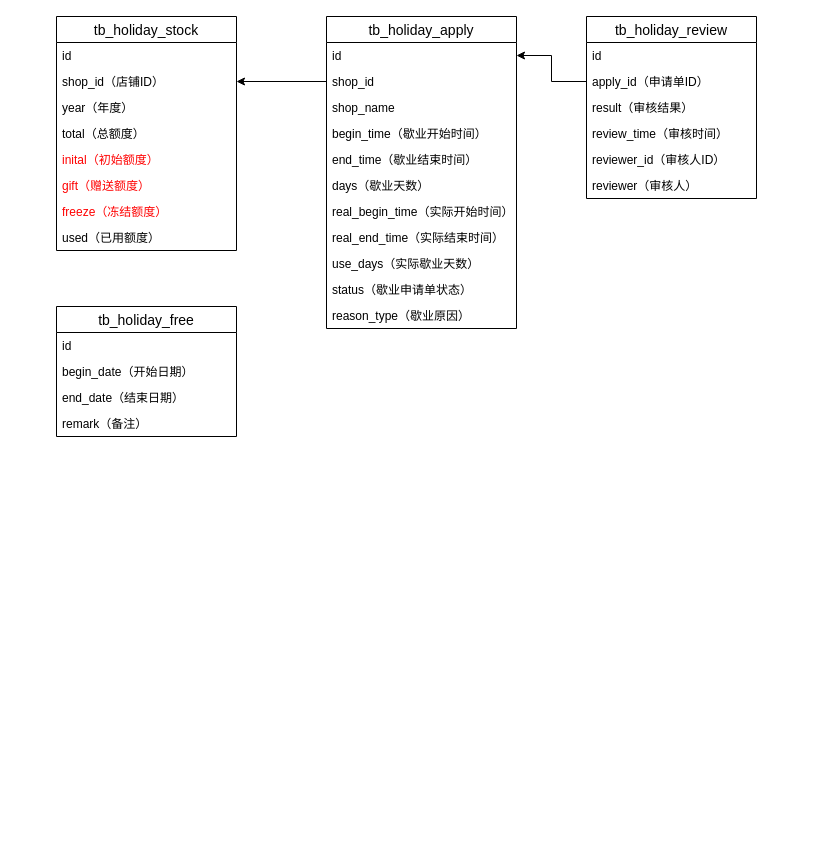
jon-kong/draw.io keeps this draw.io diagram as page "ER图" (3 of 3) of 假期歇业.drawio. Above is the earlier version. Source tidied: cells renumbered, new cells numbered last; positions are measured from the earlier drawing's top-left corner, leaving out a move shared by most shapes. Both pictures are drawn from the tidied source at 100%, with x=0, y=0 at pixel (56, 16).
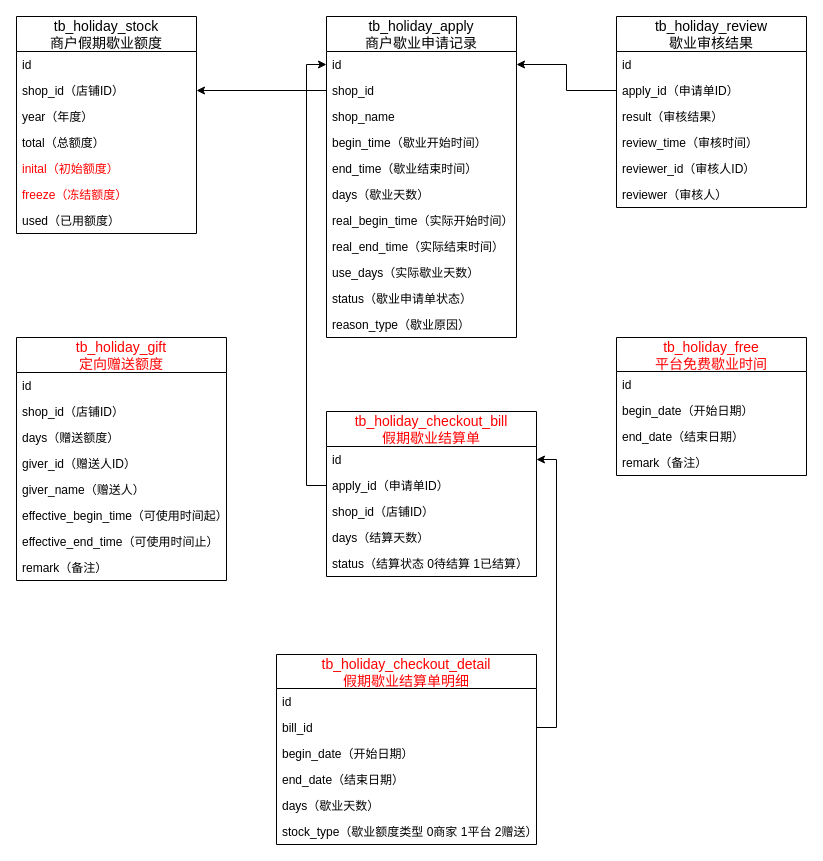
The same page after the edit.

The edit, as a diff of the source:
```diff
@@
+    <mxCell id="20" value="tb_holiday_apply&#10;商户歇业申请记录" style="swimlane;fontStyle=0;horizontal=1;startSize=35;align=center;fontSize=14;" parent="1" vertex="1">
+      <mxGeometry x="270" width="190" height="321" as="geometry" />
+    </mxCell>
+    <mxCell id="21" value="id" style="text;strokeColor=none;fillColor=none;spacingLeft=4;spacingRight=4;overflow=hidden;points=[[0,0.5],[1,0.5]];portConstraint=eastwest;fontSize=12;" parent="20" vertex="1">
+      <mxGeometry y="35" width="190" height="26" as="geometry" />
+    </mxCell>
+    <mxCell id="22" value="shop_id" style="text;strokeColor=none;fillColor=none;spacingLeft=4;spacingRight=4;overflow=hidden;points=[[0,0.5],[1,0.5]];portConstraint=eastwest;fontSize=12;" parent="20" vertex="1">
+      <mxGeometry y="61" width="190" height="26" as="geometry" />
+    </mxCell>
+    <mxCell id="23" value="shop_name" style="text;strokeColor=none;fillColor=none;spacingLeft=4;spacingRight=4;overflow=hidden;fontSize=12;" parent="20" vertex="1">
+      <mxGeometry y="87" width="190" height="26" as="geometry" />
+    </mxCell>
+    <mxCell id="24" value="begin_time（歇业开始时间）" style="text;strokeColor=none;fillColor=none;spacingLeft=4;spacingRight=4;overflow=hidden;fontSize=12;" parent="20" vertex="1">
+      <mxGeometry y="113" width="190" height="26" as="geometry" />
+    </mxCell>
+    <mxCell id="25" value="end_time（歇业结束时间）" style="text;strokeColor=none;fillColor=none;spacingLeft=4;spacingRight=4;overflow=hidden;fontSize=12;" parent="20" vertex="1">
+      <mxGeometry y="139" width="190" height="26" as="geometry" />
+    </mxCell>
+    <mxCell id="26" value="days（歇业天数）" style="text;strokeColor=none;fillColor=none;spacingLeft=4;spacingRight=4;overflow=hidden;fontSize=12;" parent="20" vertex="1">
+      <mxGeometry y="165" width="190" height="26" as="geometry" />
+    </mxCell>
+    <mxCell id="27" value="real_begin_time（实际开始时间）" style="text;strokeColor=none;fillColor=none;spacingLeft=4;spacingRight=4;overflow=hidden;fontSize=12;" parent="20" vertex="1">
+      <mxGeometry y="191" width="190" height="26" as="geometry" />
+    </mxCell>
+    <mxCell id="28" value="real_end_time（实际结束时间）" style="text;strokeColor=none;fillColor=none;spacingLeft=4;spacingRight=4;overflow=hidden;fontSize=12;" parent="20" vertex="1">
+      <mxGeometry y="217" width="190" height="26" as="geometry" />
+    </mxCell>
+    <mxCell id="29" value="use_days（实际歇业天数）" style="text;strokeColor=none;fillColor=none;spacingLeft=4;spacingRight=4;overflow=hidden;fontSize=12;" parent="20" vertex="1">
+      <mxGeometry y="243" width="190" height="26" as="geometry" />
+    </mxCell>
+    <mxCell id="30" value="status（歇业申请单状态）" style="text;strokeColor=none;fillColor=none;spacingLeft=4;spacingRight=4;overflow=hidden;fontSize=12;" parent="20" vertex="1">
+      <mxGeometry y="269" width="190" height="26" as="geometry" />
+    </mxCell>
+    <mxCell id="31" value="reason_type（歇业原因）" style="text;strokeColor=none;fillColor=none;spacingLeft=4;spacingRight=4;overflow=hidden;fontSize=12;" parent="20" vertex="1">
+      <mxGeometry y="295" width="190" height="26" as="geometry" />
+    </mxCell>
+    <mxCell id="37" value="tb_holiday_checkout_bill&#10;假期歇业结算单" style="swimlane;fontStyle=0;horizontal=1;startSize=35;align=center;fontSize=14;fontColor=#FF0000;" parent="1" vertex="1">
+      <mxGeometry x="270" y="395" width="210" height="165" as="geometry" />
+    </mxCell>
+    <mxCell id="38" value="id" style="text;strokeColor=none;fillColor=none;spacingLeft=4;spacingRight=4;overflow=hidden;points=[[0,0.5],[1,0.5]];portConstraint=eastwest;fontSize=12;" parent="37" vertex="1">
+      <mxGeometry y="35" width="210" height="26" as="geometry" />
+    </mxCell>
+    <mxCell id="39" value="apply_id（申请单ID）" style="text;strokeColor=none;fillColor=none;spacingLeft=4;spacingRight=4;overflow=hidden;points=[[0,0.5],[1,0.5]];portConstraint=eastwest;fontSize=12;" parent="37" vertex="1">
+      <mxGeometry y="61" width="210" height="26" as="geometry" />
+    </mxCell>
+    <mxCell id="40" value="shop_id（店铺ID）" style="text;strokeColor=none;fillColor=none;spacingLeft=4;spacingRight=4;overflow=hidden;fontSize=12;" parent="37" vertex="1">
+      <mxGeometry y="87" width="210" height="26" as="geometry" />
+    </mxCell>
+    <mxCell id="41" value="days（结算天数）" style="text;strokeColor=none;fillColor=none;spacingLeft=4;spacingRight=4;overflow=hidden;fontSize=12;" parent="37" vertex="1">
+      <mxGeometry y="113" width="210" height="26" as="geometry" />
+    </mxCell>
+    <mxCell id="42" value="status（结算状态 0待结算 1已结算）" style="text;strokeColor=none;fillColor=none;spacingLeft=4;spacingRight=4;overflow=hidden;fontSize=12;" parent="37" vertex="1">
+      <mxGeometry y="139" width="210" height="26" as="geometry" />
+    </mxCell>
+    <mxCell id="43" style="edgeStyle=orthogonalEdgeStyle;rounded=0;jettySize=auto;html=1;exitX=0;exitY=0.5;exitDx=0;exitDy=0;entryX=0;entryY=0.5;entryDx=0;entryDy=0;fontColor=#FF0000;" parent="1" edge="1" source="39" target="21">
+      <mxGeometry relative="1" as="geometry" />
+    </mxCell>
+    <mxCell id="44" style="edgeStyle=orthogonalEdgeStyle;rounded=0;jettySize=auto;html=1;exitX=1;exitY=0.5;exitDx=0;exitDy=0;entryX=1;entryY=0.5;entryDx=0;entryDy=0;fontColor=#FF0000;" parent="1" edge="1" source="47" target="38">
+      <mxGeometry relative="1" as="geometry" />
+    </mxCell>
-    <mxCell id="4" value="tb_holiday_review" style="swimlane;fontStyle=0;horizontal=1;startSize=26;align=center;fontSize=14;" parent="1" vertex="1">
-      <mxGeometry x="530" width="170" height="182" as="geometry" />
+    <mxCell id="4" value="tb_holiday_review&#10;歇业审核结果" style="swimlane;fontStyle=0;horizontal=1;startSize=35;align=center;fontSize=14;" parent="1" vertex="1">
+      <mxGeometry x="560" width="190" height="191" as="geometry" />
     </mxCell>
     <mxCell id="5" value="id" style="text;strokeColor=none;fillColor=none;spacingLeft=4;spacingRight=4;overflow=hidden;fontSize=12;" parent="4" vertex="1">
-      <mxGeometry y="26" width="170" height="26" as="geometry" />
+      <mxGeometry y="35" width="190" height="26" as="geometry" />
     </mxCell>
     <mxCell id="6" value="apply_id（申请单ID）" style="text;strokeColor=none;fillColor=none;spacingLeft=4;spacingRight=4;overflow=hidden;points=[[0,0.5],[1,0.5]];portConstraint=eastwest;fontSize=12;" parent="4" vertex="1">
-      <mxGeometry y="52" width="170" height="26" as="geometry" />
+      <mxGeometry y="61" width="190" height="26" as="geometry" />
     </mxCell>
     <mxCell id="7" value="result（审核结果）" style="text;strokeColor=none;fillColor=none;spacingLeft=4;spacingRight=4;overflow=hidden;fontSize=12;" parent="4" vertex="1">
-      <mxGeometry y="78" width="170" height="26" as="geometry" />
+      <mxGeometry y="87" width="190" height="26" as="geometry" />
     </mxCell>
     <mxCell id="8" value="review_time（审核时间）" style="text;strokeColor=none;fillColor=none;spacingLeft=4;spacingRight=4;overflow=hidden;fontSize=12;" parent="4" vertex="1">
-      <mxGeometry y="104" width="170" height="26" as="geometry" />
+      <mxGeometry y="113" width="190" height="26" as="geometry" />
     </mxCell>
     <mxCell id="9" value="reviewer_id（审核人ID）" style="text;strokeColor=none;fillColor=none;spacingLeft=4;spacingRight=4;overflow=hidden;fontSize=12;" parent="4" vertex="1">
-      <mxGeometry y="130" width="170" height="26" as="geometry" />
+      <mxGeometry y="139" width="190" height="26" as="geometry" />
     </mxCell>
     <mxCell id="10" value="reviewer（审核人）" style="text;strokeColor=none;fillColor=none;spacingLeft=4;spacingRight=4;overflow=hidden;fontSize=12;" parent="4" vertex="1">
-      <mxGeometry y="156" width="170" height="26" as="geometry" />
+      <mxGeometry y="165" width="190" height="26" as="geometry" />
     </mxCell>
-    <mxCell id="11" value="tb_holiday_stock" style="swimlane;fontStyle=0;horizontal=1;startSize=26;align=center;fontSize=14;" parent="1" vertex="1">
-      <mxGeometry width="180" height="234" as="geometry" />
+    <mxCell id="11" value="tb_holiday_stock&#10;商户假期歇业额度" style="swimlane;fontStyle=0;horizontal=1;startSize=35;align=center;fontSize=14;" parent="1" vertex="1">
+      <mxGeometry x="-40" width="180" height="217" as="geometry" />
     </mxCell>
     <mxCell id="12" value="id" style="text;strokeColor=none;fillColor=none;spacingLeft=4;spacingRight=4;overflow=hidden;fontSize=12;" parent="11" vertex="1">
-      <mxGeometry y="26" width="180" height="26" as="geometry" />
+      <mxGeometry y="35" width="180" height="26" as="geometry" />
     </mxCell>
     <mxCell id="13" value="shop_id（店铺ID）" style="text;strokeColor=none;fillColor=none;spacingLeft=4;spacingRight=4;overflow=hidden;points=[[0,0.5],[1,0.5]];portConstraint=eastwest;fontSize=12;" parent="11" vertex="1">
-      <mxGeometry y="52" width="180" height="26" as="geometry" />
+      <mxGeometry y="61" width="180" height="26" as="geometry" />
     </mxCell>
     <mxCell id="14" value="year（年度）" style="text;strokeColor=none;fillColor=none;spacingLeft=4;spacingRight=4;overflow=hidden;fontSize=12;" parent="11" vertex="1">
-      <mxGeometry y="78" width="180" height="26" as="geometry" />
+      <mxGeometry y="87" width="180" height="26" as="geometry" />
     </mxCell>
     <mxCell id="15" value="total（总额度）" style="text;strokeColor=none;fillColor=none;spacingLeft=4;spacingRight=4;overflow=hidden;fontSize=12;" parent="11" vertex="1">
-      <mxGeometry y="104" width="180" height="26" as="geometry" />
+      <mxGeometry y="113" width="180" height="26" as="geometry" />
     </mxCell>
     <mxCell id="16" value="inital（初始额度）" style="text;strokeColor=none;fillColor=none;spacingLeft=4;spacingRight=4;overflow=hidden;fontSize=12;fontColor=#FF0000;" parent="11" vertex="1">
-      <mxGeometry y="130" width="180" height="26" as="geometry" />
+      <mxGeometry y="139" width="180" height="26" as="geometry" />
     </mxCell>
-    <mxCell id="17" value="gift（赠送额度）" style="text;strokeColor=none;fillColor=none;spacingLeft=4;spacingRight=4;overflow=hidden;fontSize=12;fontColor=#FF0000;" parent="11" vertex="1">
-      <mxGeometry y="156" width="180" height="26" as="geometry" />
-    </mxCell>
     <mxCell id="18" value="freeze（冻结额度）" style="text;strokeColor=none;fillColor=none;spacingLeft=4;spacingRight=4;overflow=hidden;fontSize=12;fontColor=#FF0000;" parent="11" vertex="1">
-      <mxGeometry y="182" width="180" height="26" as="geometry" />
+      <mxGeometry y="165" width="180" height="26" as="geometry" />
     </mxCell>
     <mxCell id="19" value="used（已用额度）" style="text;strokeColor=none;fillColor=none;spacingLeft=4;spacingRight=4;overflow=hidden;fontSize=12;" parent="11" vertex="1">
-      <mxGeometry y="208" width="180" height="26" as="geometry" />
+      <mxGeometry y="191" width="180" height="26" as="geometry" />
     </mxCell>
-    <mxCell id="20" value="tb_holiday_apply" style="swimlane;fontStyle=0;horizontal=1;startSize=26;align=center;fontSize=14;" parent="1" vertex="1">
-      <mxGeometry x="270" width="190" height="312" as="geometry" />
-    </mxCell>
-    <mxCell id="21" value="id" style="text;strokeColor=none;fillColor=none;spacingLeft=4;spacingRight=4;overflow=hidden;points=[[0,0.5],[1,0.5]];portConstraint=eastwest;fontSize=12;" parent="20" vertex="1">
-      <mxGeometry y="26" width="190" height="26" as="geometry" />
-    </mxCell>
-    <mxCell id="22" value="shop_id" style="text;strokeColor=none;fillColor=none;spacingLeft=4;spacingRight=4;overflow=hidden;points=[[0,0.5],[1,0.5]];portConstraint=eastwest;fontSize=12;" parent="20" vertex="1">
-      <mxGeometry y="52" width="190" height="26" as="geometry" />
-    </mxCell>
-    <mxCell id="23" value="shop_name" style="text;strokeColor=none;fillColor=none;spacingLeft=4;spacingRight=4;overflow=hidden;fontSize=12;" parent="20" vertex="1">
-      <mxGeometry y="78" width="190" height="26" as="geometry" />
-    </mxCell>
-    <mxCell id="24" value="begin_time（歇业开始时间）" style="text;strokeColor=none;fillColor=none;spacingLeft=4;spacingRight=4;overflow=hidden;fontSize=12;" parent="20" vertex="1">
-      <mxGeometry y="104" width="190" height="26" as="geometry" />
-    </mxCell>
-    <mxCell id="25" value="end_time（歇业结束时间）" style="text;strokeColor=none;fillColor=none;spacingLeft=4;spacingRight=4;overflow=hidden;fontSize=12;" parent="20" vertex="1">
-      <mxGeometry y="130" width="190" height="26" as="geometry" />
-    </mxCell>
-    <mxCell id="26" value="days（歇业天数）" style="text;strokeColor=none;fillColor=none;spacingLeft=4;spacingRight=4;overflow=hidden;fontSize=12;" parent="20" vertex="1">
-      <mxGeometry y="156" width="190" height="26" as="geometry" />
-    </mxCell>
-    <mxCell id="27" value="real_begin_time（实际开始时间）" style="text;strokeColor=none;fillColor=none;spacingLeft=4;spacingRight=4;overflow=hidden;fontSize=12;" parent="20" vertex="1">
-      <mxGeometry y="182" width="190" height="26" as="geometry" />
-    </mxCell>
-    <mxCell id="28" value="real_end_time（实际结束时间）" style="text;strokeColor=none;fillColor=none;spacingLeft=4;spacingRight=4;overflow=hidden;fontSize=12;" parent="20" vertex="1">
-      <mxGeometry y="208" width="190" height="26" as="geometry" />
-    </mxCell>
-    <mxCell id="29" value="use_days（实际歇业天数）" style="text;strokeColor=none;fillColor=none;spacingLeft=4;spacingRight=4;overflow=hidden;fontSize=12;" parent="20" vertex="1">
-      <mxGeometry y="234" width="190" height="26" as="geometry" />
-    </mxCell>
-    <mxCell id="30" value="status（歇业申请单状态）" style="text;strokeColor=none;fillColor=none;spacingLeft=4;spacingRight=4;overflow=hidden;fontSize=12;" parent="20" vertex="1">
-      <mxGeometry y="260" width="190" height="26" as="geometry" />
-    </mxCell>
-    <mxCell id="31" value="reason_type（歇业原因）" style="text;strokeColor=none;fillColor=none;spacingLeft=4;spacingRight=4;overflow=hidden;fontSize=12;" parent="20" vertex="1">
-      <mxGeometry y="286" width="190" height="26" as="geometry" />
-    </mxCell>
+    <mxCell id="45" value="tb_holiday_checkout_detail&#10;假期歇业结算单明细" style="swimlane;fontStyle=0;horizontal=1;startSize=34;align=center;fontSize=14;fontColor=#FF0000;" parent="1" vertex="1">
+      <mxGeometry x="220" y="638" width="260" height="190" as="geometry" />
+    </mxCell>
+    <mxCell id="46" value="id" style="text;strokeColor=none;fillColor=none;spacingLeft=4;spacingRight=4;overflow=hidden;fontSize=12;" parent="45" vertex="1">
+      <mxGeometry y="34" width="260" height="26" as="geometry" />
+    </mxCell>
+    <mxCell id="47" value="bill_id" style="text;strokeColor=none;fillColor=none;spacingLeft=4;spacingRight=4;overflow=hidden;points=[[0,0.5],[1,0.5]];portConstraint=eastwest;fontSize=12;" parent="45" vertex="1">
+      <mxGeometry y="60" width="260" height="26" as="geometry" />
+    </mxCell>
+    <mxCell id="48" value="begin_date（开始日期）" style="text;strokeColor=none;fillColor=none;spacingLeft=4;spacingRight=4;overflow=hidden;fontSize=12;" parent="45" vertex="1">
+      <mxGeometry y="86" width="260" height="26" as="geometry" />
+    </mxCell>
+    <mxCell id="49" value="end_date（结束日期）" style="text;strokeColor=none;fillColor=none;spacingLeft=4;spacingRight=4;overflow=hidden;fontSize=12;" parent="45" vertex="1">
+      <mxGeometry y="112" width="260" height="26" as="geometry" />
+    </mxCell>
+    <mxCell id="50" value="days（歇业天数）" style="text;strokeColor=none;fillColor=none;spacingLeft=4;spacingRight=4;overflow=hidden;fontSize=12;" parent="45" vertex="1">
+      <mxGeometry y="138" width="260" height="26" as="geometry" />
+    </mxCell>
+    <mxCell id="51" value="stock_type（歇业额度类型 0商家 1平台 2赠送）" style="text;strokeColor=none;fillColor=none;spacingLeft=4;spacingRight=4;overflow=hidden;fontSize=12;" parent="45" vertex="1">
+      <mxGeometry y="164" width="260" height="26" as="geometry" />
+    </mxCell>
+    <mxCell id="52" value="tb_holiday_gift&#10;定向赠送额度" style="swimlane;fontStyle=0;horizontal=1;startSize=35;align=center;fontSize=14;fontColor=#FF0000;" parent="1" vertex="1">
+      <mxGeometry x="-40" y="321" width="210" height="243" as="geometry" />
+    </mxCell>
+    <mxCell id="53" value="id" style="text;strokeColor=none;fillColor=none;spacingLeft=4;spacingRight=4;overflow=hidden;fontSize=12;" parent="52" vertex="1">
+      <mxGeometry y="35" width="210" height="26" as="geometry" />
+    </mxCell>
+    <mxCell id="54" value="shop_id（店铺ID）" style="text;strokeColor=none;fillColor=none;spacingLeft=4;spacingRight=4;overflow=hidden;fontSize=12;" parent="52" vertex="1">
+      <mxGeometry y="61" width="210" height="26" as="geometry" />
+    </mxCell>
+    <mxCell id="55" value="days（赠送额度）" style="text;strokeColor=none;fillColor=none;spacingLeft=4;spacingRight=4;overflow=hidden;fontSize=12;" parent="52" vertex="1">
+      <mxGeometry y="87" width="210" height="26" as="geometry" />
+    </mxCell>
+    <mxCell id="56" value="giver_id（赠送人ID）" style="text;strokeColor=none;fillColor=none;spacingLeft=4;spacingRight=4;overflow=hidden;fontSize=12;" parent="52" vertex="1">
+      <mxGeometry y="113" width="210" height="26" as="geometry" />
+    </mxCell>
+    <mxCell id="57" value="giver_name（赠送人）" style="text;strokeColor=none;fillColor=none;spacingLeft=4;spacingRight=4;overflow=hidden;fontSize=12;" parent="52" vertex="1">
+      <mxGeometry y="139" width="210" height="26" as="geometry" />
+    </mxCell>
+    <mxCell id="58" value="effective_begin_time（可使用时间起）" style="text;strokeColor=none;fillColor=none;spacingLeft=4;spacingRight=4;overflow=hidden;fontSize=12;" parent="52" vertex="1">
+      <mxGeometry y="165" width="210" height="26" as="geometry" />
+    </mxCell>
+    <mxCell id="59" value="effective_end_time（可使用时间止）" style="text;strokeColor=none;fillColor=none;spacingLeft=4;spacingRight=4;overflow=hidden;fontSize=12;" parent="52" vertex="1">
+      <mxGeometry y="191" width="210" height="26" as="geometry" />
+    </mxCell>
+    <mxCell id="60" value="remark（备注）" style="text;strokeColor=none;fillColor=none;spacingLeft=4;spacingRight=4;overflow=hidden;fontSize=12;" parent="52" vertex="1">
+      <mxGeometry y="217" width="210" height="26" as="geometry" />
+    </mxCell>
-    <mxCell id="32" value="tb_holiday_free" style="swimlane;fontStyle=0;horizontal=1;startSize=26;align=center;fontSize=14;" parent="1" vertex="1">
-      <mxGeometry y="290" width="180" height="130" as="geometry" />
+    <mxCell id="32" value="tb_holiday_free&#10;平台免费歇业时间" style="swimlane;fontStyle=0;horizontal=1;startSize=34;align=center;fontSize=14;fontColor=#FF0000;" parent="1" vertex="1">
+      <mxGeometry x="560" y="321" width="190" height="138" as="geometry" />
     </mxCell>
     <mxCell id="33" value="id" style="text;strokeColor=none;fillColor=none;spacingLeft=4;spacingRight=4;overflow=hidden;fontSize=12;" parent="32" vertex="1">
-      <mxGeometry y="26" width="180" height="26" as="geometry" />
+      <mxGeometry y="34" width="190" height="26" as="geometry" />
     </mxCell>
     <mxCell id="34" value="begin_date（开始日期）" style="text;strokeColor=none;fillColor=none;spacingLeft=4;spacingRight=4;overflow=hidden;fontSize=12;" parent="32" vertex="1">
-      <mxGeometry y="52" width="180" height="26" as="geometry" />
+      <mxGeometry y="60" width="190" height="26" as="geometry" />
     </mxCell>
     <mxCell id="35" value="end_date（结束日期）" style="text;strokeColor=none;fillColor=none;spacingLeft=4;spacingRight=4;overflow=hidden;fontSize=12;" parent="32" vertex="1">
-      <mxGeometry y="78" width="180" height="26" as="geometry" />
+      <mxGeometry y="86" width="190" height="26" as="geometry" />
     </mxCell>
     <mxCell id="36" value="remark（备注）" style="text;strokeColor=none;fillColor=none;spacingLeft=4;spacingRight=4;overflow=hidden;fontSize=12;" parent="32" vertex="1">
-      <mxGeometry y="104" width="180" height="26" as="geometry" />
+      <mxGeometry y="112" width="190" height="26" as="geometry" />
     </mxCell>
```
